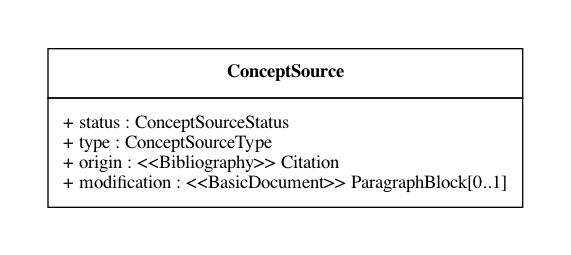
Above: lutaml/ConceptSource.png in glossarist/concept-model (Graphviz), before the change. Its source is kept beside it as lutaml/ConceptSource.dot.
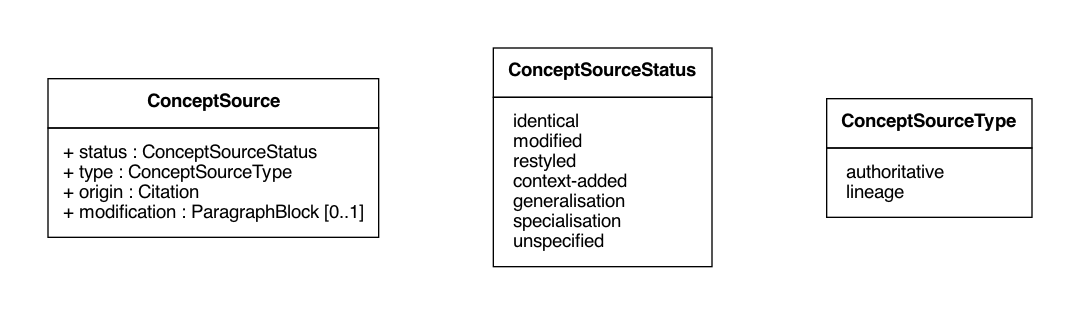
The same diagram one commit later.

Commit message:
#15, layout fixes, use `Helvetica` as a default font, namespace support for attributes

The edit, as a diff of the source:
```diff
@@ -1,9 +1,9 @@
 digraph G {
   graph [splines="ortho" pad=0.5 ranksep="1.2.equally" nodesep="1.2.equally"]
   edge [color="gray50"]
-  node [shape="box"]
+  node [shape="box" fontname="Helvetica-bold"]
 
-  ConceptSource [shape="plain" label=<
+  ConceptSource [shape="plain" fontname="Helvetica" label=<
     <TABLE BORDER="0" CELLBORDER="1" CELLSPACING="0" CELLPADDING="10">
     <TR>
     <TD><B>ConceptSource</B></TD>
@@ -12,10 +12,51 @@
   <TR>
     <TD>
           <TABLE BORDER="0" CELLPADDING="0" CELLSPACING="0">
-            <TR><TD ALIGN="LEFT">+ status : ConceptSourceStatus</TD></TR>
-            <TR><TD ALIGN="LEFT">+ type : ConceptSourceType</TD></TR>
-            <TR><TD ALIGN="LEFT">+ origin : &#60;&#60;Bibliography&#62;&#62; Citation</TD></TR>
-            <TR><TD ALIGN="LEFT">+ modification : &#60;&#60;BasicDocument&#62;&#62; ParagraphBlock&#91;0..1&#93;</TD></TR>
+            <TR><TD ALIGN="LEFT">+ status : ConceptSourceStatus </TD></TR>
+            <TR><TD ALIGN="LEFT">+ type : ConceptSourceType </TD></TR>
+            <TR><TD ALIGN="LEFT">+ origin : Citation </TD></TR>
+            <TR><TD ALIGN="LEFT">+ modification : ParagraphBlock &#91;0..1&#93;</TD></TR>
+          </TABLE>
+        </TD>
+  </TR>
+
+  </TABLE>
+  >]
+
+  ConceptSourceStatus [shape="plain" fontname="Helvetica" label=<
+    <TABLE BORDER="0" CELLBORDER="1" CELLSPACING="0" CELLPADDING="10">
+    <TR>
+    <TD><B>ConceptSourceStatus</B></TD>
+  </TR>
+
+  <TR>
+    <TD>
+          <TABLE BORDER="0" CELLPADDING="0" CELLSPACING="0">
+            <TR><TD ALIGN="LEFT"> identical</TD></TR>
+            <TR><TD ALIGN="LEFT"> modified</TD></TR>
+            <TR><TD ALIGN="LEFT"> restyled</TD></TR>
+            <TR><TD ALIGN="LEFT"> context-added</TD></TR>
+            <TR><TD ALIGN="LEFT"> generalisation</TD></TR>
+            <TR><TD ALIGN="LEFT"> specialisation</TD></TR>
+            <TR><TD ALIGN="LEFT"> unspecified</TD></TR>
+          </TABLE>
+        </TD>
+  </TR>
+
+  </TABLE>
+  >]
+
+  ConceptSourceType [shape="plain" fontname="Helvetica" label=<
+    <TABLE BORDER="0" CELLBORDER="1" CELLSPACING="0" CELLPADDING="10">
+    <TR>
+    <TD><B>ConceptSourceType</B></TD>
+  </TR>
+
+  <TR>
+    <TD>
+          <TABLE BORDER="0" CELLPADDING="0" CELLSPACING="0">
+            <TR><TD ALIGN="LEFT"> authoritative</TD></TR>
+            <TR><TD ALIGN="LEFT"> lineage</TD></TR>
           </TABLE>
         </TD>
   </TR>
```
